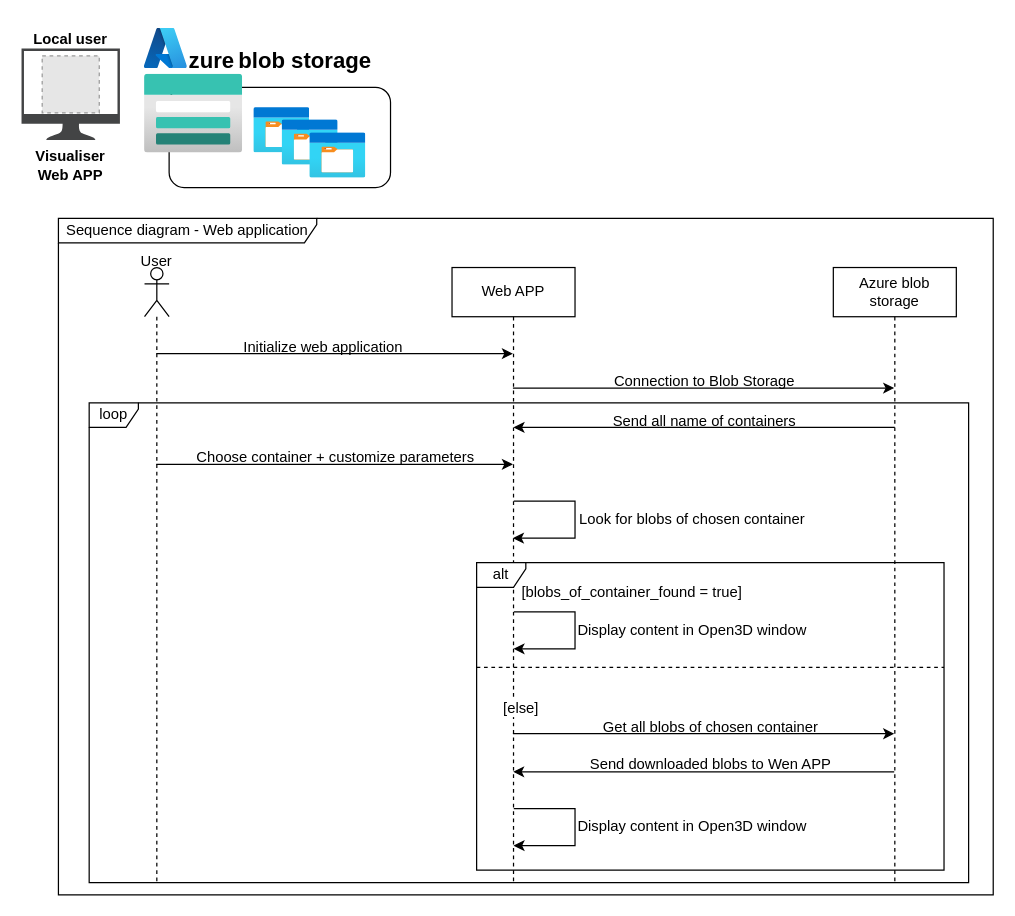
agarux/version3 keeps this draw.io diagram as page "AzureStorage_LocalUser" (3 of 3) of Untitled Diagram.drawio. Above is the earlier version. Source tidied: cells renumbered, new cells numbered last; positions are measured from the earlier drawing's top-left corner, leaving out a move shared by most shapes. Both pictures are drawn from the tidied source at 123%, with x=0, y=0 at pixel (21, 21). Pictures stored in the file or linked from it are replaced by grey dashed boxes.
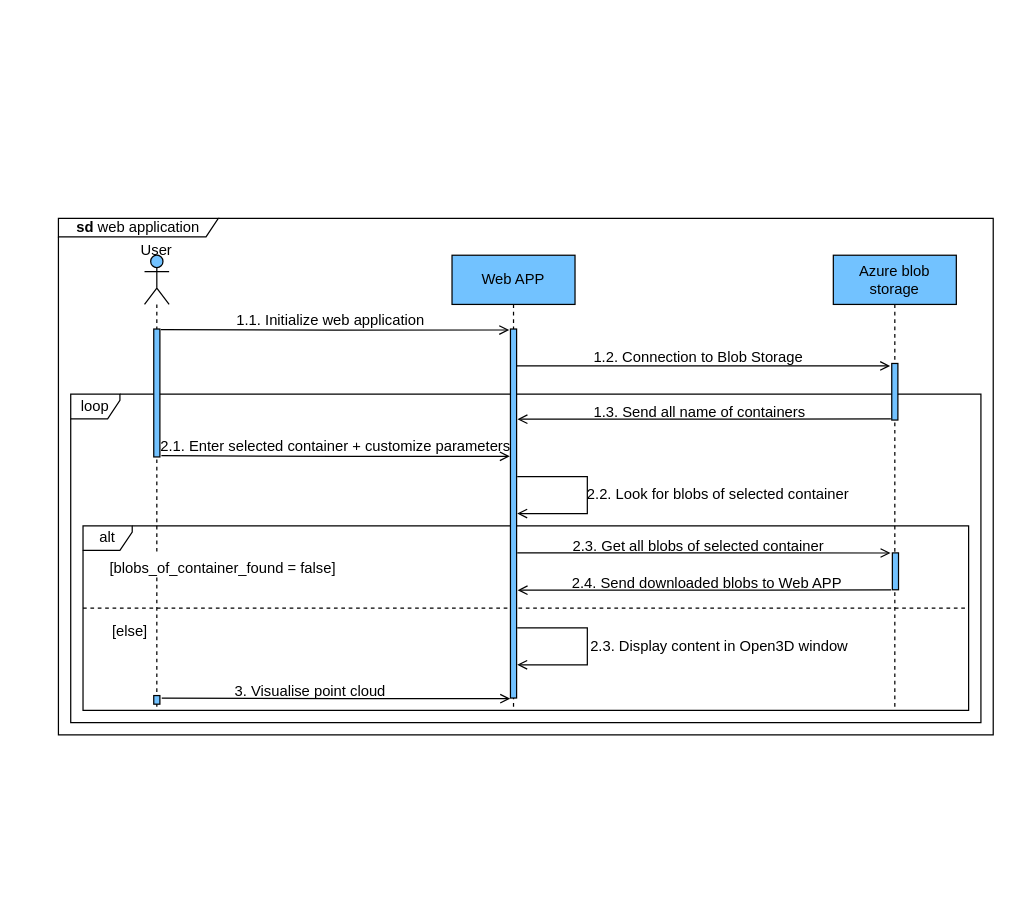
Above is the later version.

The edit, as a diff of the source:
```diff
@@
-    <mxCell id="2" style="group;" parent="1" vertex="1">
-      <mxGeometry x="90" y="10" width="210" height="130" as="geometry" />
-    </mxCell>
-    <mxCell id="3" style="image;html=1;align=center;fontSize=12;image=img/lib/azure2/other/Azure_A.svg;" parent="2" vertex="1">
-      <mxGeometry x="10" y="-4.4" width="34.9" height="32.9" as="geometry" />
-    </mxCell>
-    <mxCell id="4" value="&lt;font style=&quot;font-size: 18px;&quot;&gt;&lt;b&gt;zure&lt;/b&gt;&lt;/font&gt; &lt;b&gt;&lt;font style=&quot;font-size: 18px;&quot;&gt;blob storage&lt;/font&gt;&lt;/b&gt;" style="text;html=1;align=center;verticalAlign=middle;whiteSpace=wrap;rounded=0;" parent="2" vertex="1">
-      <mxGeometry x="22.5" y="7" width="195" height="30" as="geometry" />
-    </mxCell>
-    <mxCell id="5" style="image;html=1;align=center;fontSize=12;image=img/lib/azure2/general/Storage_Container.svg;" parent="2" vertex="1">
-      <mxGeometry x="99" y="60" width="45.5" height="37" as="geometry" />
-    </mxCell>
-    <mxCell id="6" style="image;html=1;align=center;fontSize=12;image=img/lib/azure2/general/Storage_Container.svg;" parent="2" vertex="1">
-      <mxGeometry x="122" y="70" width="45.5" height="37" as="geometry" />
-    </mxCell>
-    <mxCell id="7" style="image;html=1;align=center;fontSize=12;image=img/lib/azure2/general/Storage_Container.svg;" parent="2" vertex="1">
-      <mxGeometry x="144.5" y="80.5" width="45.5" height="37" as="geometry" />
-    </mxCell>
-    <mxCell id="8" style="rounded=1;whiteSpace=wrap;html=1;fillColor=none;" parent="2" vertex="1">
-      <mxGeometry x="30" y="43.5" width="180" height="81.5" as="geometry" />
-    </mxCell>
-    <mxCell id="9" style="image;html=1;align=center;fontSize=12;image=img/lib/azure2/storage/Storage_Accounts.svg;" parent="2" vertex="1">
-      <mxGeometry x="10" y="33" width="80" height="64" as="geometry" />
-    </mxCell>
-    <mxCell id="10" style="group;" parent="1" vertex="1">
-      <mxGeometry width="80" height="132" as="geometry" />
-    </mxCell>
-    <mxCell id="11" style="group;" parent="10" vertex="1">
-      <mxGeometry y="22" width="80" height="80" as="geometry" />
-    </mxCell>
-    <mxCell id="12" style="sketch=0;shadow=0;dashed=0;html=1;strokeColor=none;fillColor=#434445;labelPosition=center;verticalLabelPosition=bottom;verticalAlign=top;align=center;shape=mxgraph.vvd.monitor;" parent="11" vertex="1">
-      <mxGeometry width="80" height="74.4" as="geometry" />
-    </mxCell>
-    <mxCell id="13" style="fillColor=#E6E6E6;strokeColor=#999999;dashed=1;verticalLabelPosition=bottom;labelBackgroundColor=default;verticalAlign=top;" parent="11" vertex="1">
-      <mxGeometry x="16.8" y="5.9" width="46.4" height="46.3" as="geometry" />
-    </mxCell>
-    <mxCell id="14" value="&lt;b&gt;Local user&lt;/b&gt;" style="text;html=1;align=center;verticalAlign=middle;whiteSpace=wrap;rounded=0;" parent="10" vertex="1">
-      <mxGeometry width="80" height="30" as="geometry" />
-    </mxCell>
-    <mxCell id="15" value="&lt;b&gt;Visualiser Web APP&lt;/b&gt;" style="text;html=1;align=center;verticalAlign=middle;whiteSpace=wrap;rounded=0;" parent="10" vertex="1">
-      <mxGeometry y="102" width="80" height="30" as="geometry" />
-    </mxCell>
-    <mxCell id="16" value="Sequence diagram - Web application" style="shape=umlFrame;whiteSpace=wrap;html=1;width=210;height=20;" parent="1" vertex="1">
-      <mxGeometry x="30" y="160" width="760" height="550" as="geometry" />
+    <mxCell id="16" value="&lt;b&gt;sd &lt;/b&gt;web application" style="shape=umlFrame;whiteSpace=wrap;html=1;width=130;height=15;fillColor=none;" parent="1" vertex="1">
+      <mxGeometry x="30" y="160" width="760" height="420" as="geometry" />
     </mxCell>
-    <mxCell id="17" style="edgeStyle=elbowEdgeStyle;rounded=0;orthogonalLoop=1;jettySize=auto;html=1;elbow=vertical;curved=0;" parent="16" edge="1">
-      <mxGeometry relative="1" as="geometry">
-        <mxPoint x="369.5" y="138" as="sourcePoint" />
-        <mxPoint x="679.5" y="138" as="targetPoint" />
-      </mxGeometry>
-    </mxCell>
-    <mxCell id="18" value="Web APP" style="shape=umlLifeline;perimeter=lifelinePerimeter;whiteSpace=wrap;html=1;outlineConnect=0;portConstraint=eastwest;newEdgeStyle={&quot;edgeStyle&quot;:&quot;elbowEdgeStyle&quot;,&quot;elbow&quot;:&quot;vertical&quot;,&quot;curved&quot;:0,&quot;rounded&quot;:0};" parent="16" vertex="1">
-      <mxGeometry x="320" y="40" width="100" height="500" as="geometry" />
+    <mxCell id="18" value="Web APP" style="shape=umlLifeline;perimeter=lifelinePerimeter;whiteSpace=wrap;html=1;outlineConnect=0;portConstraint=eastwest;newEdgeStyle={&quot;edgeStyle&quot;:&quot;elbowEdgeStyle&quot;,&quot;elbow&quot;:&quot;vertical&quot;,&quot;curved&quot;:0,&quot;rounded&quot;:0};fillColor=light-dark(#72C2FF,#000000);" parent="16" vertex="1">
+      <mxGeometry x="320" y="30" width="100" height="370" as="geometry" />
     </mxCell>
-    <mxCell id="19" style="edgeStyle=elbowEdgeStyle;rounded=0;orthogonalLoop=1;jettySize=auto;html=1;elbow=vertical;curved=0;" parent="16" edge="1">
-      <mxGeometry relative="1" as="geometry">
-        <mxPoint x="680" y="170" as="sourcePoint" />
-        <mxPoint x="370" y="170" as="targetPoint" />
-      </mxGeometry>
-    </mxCell>
-    <mxCell id="20" value="Azure blob storage" style="shape=umlLifeline;perimeter=lifelinePerimeter;whiteSpace=wrap;html=1;newEdgeStyle={&quot;edgeStyle&quot;:&quot;elbowEdgeStyle&quot;,&quot;elbow&quot;:&quot;vertical&quot;,&quot;curved&quot;:0,&quot;rounded&quot;:0};" parent="16" vertex="1">
-      <mxGeometry x="630" y="40" width="100" height="500" as="geometry" />
+    <mxCell id="20" value="Azure blob storage" style="shape=umlLifeline;perimeter=lifelinePerimeter;whiteSpace=wrap;html=1;newEdgeStyle={&quot;edgeStyle&quot;:&quot;elbowEdgeStyle&quot;,&quot;elbow&quot;:&quot;vertical&quot;,&quot;curved&quot;:0,&quot;rounded&quot;:0};fillColor=light-dark(#72C2FF,#000000);" parent="16" vertex="1">
+      <mxGeometry x="630" y="30" width="100" height="370" as="geometry" />
     </mxCell>
-    <mxCell id="21" style="edgeStyle=orthogonalEdgeStyle;rounded=0;orthogonalLoop=1;jettySize=auto;html=1;curved=0;" parent="16" edge="1">
-      <mxGeometry relative="1" as="geometry">
-        <mxPoint x="79.5" y="110" as="sourcePoint" />
-        <mxPoint x="369.5" y="110" as="targetPoint" />
-      </mxGeometry>
-    </mxCell>
-    <mxCell id="22" style="edgeStyle=orthogonalEdgeStyle;rounded=0;orthogonalLoop=1;jettySize=auto;html=1;curved=0;" parent="16" edge="1">
-      <mxGeometry relative="1" as="geometry">
-        <mxPoint x="79.5" y="200" as="sourcePoint" />
-        <mxPoint x="369.5" y="200" as="targetPoint" />
-      </mxGeometry>
-    </mxCell>
-    <mxCell id="23" style="shape=umlLifeline;perimeter=lifelinePerimeter;whiteSpace=wrap;html=1;newEdgeStyle={&quot;curved&quot;:0,&quot;rounded&quot;:0};participant=umlActor;" parent="16" vertex="1">
-      <mxGeometry x="70" y="40" width="20" height="500" as="geometry" />
+    <mxCell id="23" style="shape=umlLifeline;perimeter=lifelinePerimeter;whiteSpace=wrap;html=1;newEdgeStyle={&quot;curved&quot;:0,&quot;rounded&quot;:0};participant=umlActor;fillColor=light-dark(#72C2FF,#000000);" parent="16" vertex="1">
+      <mxGeometry x="70" y="30" width="20" height="370" as="geometry" />
     </mxCell>
     <mxCell id="24" value="User" style="text;html=1;align=center;verticalAlign=middle;whiteSpace=wrap;rounded=0;" parent="16" vertex="1">
-      <mxGeometry x="50" y="20" width="60" height="30" as="geometry" />
+      <mxGeometry x="50" y="11" width="60" height="30" as="geometry" />
     </mxCell>
-    <mxCell id="25" value="Initialize web application" style="text;html=1;align=center;verticalAlign=middle;strokeColor=none;fillColor=none;" parent="16" vertex="1">
-      <mxGeometry x="140" y="90" width="150" height="30" as="geometry" />
+    <mxCell id="25" value="1.1. Initialize web application" style="text;html=1;align=center;verticalAlign=middle;strokeColor=none;fillColor=none;" parent="16" vertex="1">
+      <mxGeometry x="131" y="68" width="180" height="30" as="geometry" />
     </mxCell>
-    <mxCell id="26" value="Connection to Blob Storage" style="text;html=1;align=center;verticalAlign=middle;strokeColor=none;fillColor=none;" parent="16" vertex="1">
-      <mxGeometry x="440" y="118" width="170" height="30" as="geometry" />
+    <mxCell id="26" value="1.2. Connection to Blob Storage" style="text;html=1;align=center;verticalAlign=middle;strokeColor=none;fillColor=none;" parent="16" vertex="1">
+      <mxGeometry x="425" y="98" width="190" height="30" as="geometry" />
     </mxCell>
+    <mxCell id="42" value="loop" style="shape=umlFrame;whiteSpace=wrap;html=1;width=40;height=20;" parent="16" vertex="1">
+      <mxGeometry x="10" y="143" width="740" height="267" as="geometry" />
+    </mxCell>
+    <mxCell id="43" style="edgeStyle=orthogonalEdgeStyle;html=1;endArrow=none;elbow=vertical;startArrow=open;startFill=0;strokeColor=#000000;rounded=0;entryX=-0.1;entryY=0.497;entryDx=0;entryDy=0;entryPerimeter=0;exitX=1.167;exitY=0.876;exitDx=0;exitDy=0;exitPerimeter=0;" parent="42" edge="1">
+      <mxGeometry relative="1" as="geometry">
+        <mxPoint x="363.2" y="20.3" as="sourcePoint" />
+        <mxPoint x="666.8" y="20" as="targetPoint" />
+        <Array as="points">
+          <mxPoint x="514.8" y="20.2" />
+        </Array>
+      </mxGeometry>
+    </mxCell>
-    <mxCell id="27" value="Send all name of containers" style="text;html=1;align=center;verticalAlign=middle;strokeColor=none;fillColor=none;" parent="16" vertex="1">
-      <mxGeometry x="440" y="150" width="170" height="30" as="geometry" />
+    <mxCell id="27" value="1.3. Send all name of containers" style="text;html=1;align=center;verticalAlign=middle;strokeColor=none;fillColor=none;" parent="42" vertex="1">
+      <mxGeometry x="411" width="200" height="30" as="geometry" />
     </mxCell>
-    <mxCell id="28" value="Choose container + customize parameters" style="text;html=1;align=center;verticalAlign=middle;strokeColor=none;fillColor=none;" parent="16" vertex="1">
-      <mxGeometry x="100" y="180" width="250" height="30" as="geometry" />
+    <mxCell id="28" value="2.1. Enter selected container + customize parameters" style="text;html=1;align=center;verticalAlign=middle;strokeColor=none;fillColor=none;" parent="42" vertex="1">
+      <mxGeometry x="60" y="28" width="310" height="30" as="geometry" />
     </mxCell>
+    <mxCell id="44" style="edgeStyle=orthogonalEdgeStyle;html=1;endArrow=open;elbow=vertical;startArrow=none;endFill=0;strokeColor=#000000;rounded=0;exitX=1.147;exitY=0.067;exitDx=0;exitDy=0;exitPerimeter=0;entryX=-0.194;entryY=0.073;entryDx=0;entryDy=0;entryPerimeter=0;" parent="42" edge="1">
+      <mxGeometry relative="1" as="geometry">
+        <mxPoint x="73.7" y="50" as="sourcePoint" />
+        <mxPoint x="357" y="50.5" as="targetPoint" />
+      </mxGeometry>
+    </mxCell>
+    <mxCell id="38" value="2.2. Look for blobs of selected container" style="text;html=1;align=center;verticalAlign=middle;strokeColor=none;fillColor=none;" parent="42" vertex="1">
+      <mxGeometry x="406" y="67" width="240" height="30" as="geometry" />
+    </mxCell>
-    <mxCell id="29" value="alt" style="shape=umlFrame;whiteSpace=wrap;html=1;width=40;height=20;" parent="16" vertex="1">
-      <mxGeometry x="340" y="280" width="380" height="250" as="geometry" />
+    <mxCell id="29" value="alt" style="shape=umlFrame;whiteSpace=wrap;html=1;width=40;height=20;" parent="42" vertex="1">
+      <mxGeometry x="10" y="107" width="720" height="150" as="geometry" />
     </mxCell>
-    <mxCell id="30" value="[blobs_of_container_found = true]" style="text;html=1;" parent="29" vertex="1">
+    <mxCell id="30" value="[blobs_of_container_found = false]" style="text;html=1;fillColor=#FFFFFF;" parent="29" vertex="1">
       <mxGeometry width="190" height="20" relative="1" as="geometry">
-        <mxPoint x="35" y="10" as="offset" />
+        <mxPoint x="20" y="21" as="offset" />
       </mxGeometry>
     </mxCell>
+    <mxCell id="34" value="2.3. Get all blobs of selected container" style="text;html=1;align=center;verticalAlign=middle;strokeColor=none;fillColor=none;" parent="29" vertex="1">
+      <mxGeometry x="385" y="2" width="230" height="30" as="geometry" />
+    </mxCell>
+    <mxCell id="45" style="edgeStyle=orthogonalEdgeStyle;html=1;endArrow=open;elbow=vertical;startArrow=none;endFill=0;strokeColor=#000000;rounded=0;entryX=-0.057;entryY=0.001;entryDx=0;entryDy=0;entryPerimeter=0;exitX=1.246;exitY=0.073;exitDx=0;exitDy=0;exitPerimeter=0;" parent="29" edge="1">
+      <mxGeometry relative="1" as="geometry">
+        <mxPoint x="353" y="22" as="sourcePoint" />
+        <mxPoint x="656.5" y="22.1" as="targetPoint" />
+        <Array as="points">
+          <mxPoint x="504.3" y="22.1" />
+        </Array>
+      </mxGeometry>
+    </mxCell>
+    <mxCell id="36" value="2.4. Send downloaded blobs to Web APP" style="text;html=1;align=center;verticalAlign=middle;strokeColor=none;fillColor=none;" parent="29" vertex="1">
+      <mxGeometry x="386.5" y="32" width="240" height="30" as="geometry" />
+    </mxCell>
+    <mxCell id="46" style="html=1;perimeter=orthogonalPerimeter;fillColor=light-dark(#72C2FF,#000000);" parent="29" vertex="1">
+      <mxGeometry x="658" y="22" width="5" height="30" as="geometry" />
+    </mxCell>
+    <mxCell id="47" style="edgeStyle=orthogonalEdgeStyle;html=1;endArrow=none;elbow=vertical;startArrow=open;startFill=0;strokeColor=#000000;rounded=0;entryX=-0.1;entryY=0.497;entryDx=0;entryDy=0;entryPerimeter=0;exitX=1.167;exitY=0.876;exitDx=0;exitDy=0;exitPerimeter=0;" parent="29" edge="1">
+      <mxGeometry relative="1" as="geometry">
+        <mxPoint x="353.3" y="52.3" as="sourcePoint" />
+        <mxPoint x="657" y="52" as="targetPoint" />
+        <Array as="points">
+          <mxPoint x="505" y="52.2" />
+        </Array>
+      </mxGeometry>
+    </mxCell>
-    <mxCell id="31" value="[else]" style="line;strokeWidth=1;dashed=1;labelPosition=center;verticalLabelPosition=bottom;align=left;verticalAlign=top;spacingLeft=20;spacingTop=15;html=1;whiteSpace=wrap;" parent="29" vertex="1">
-      <mxGeometry y="80" width="380" height="10" as="geometry" />
+    <mxCell id="31" style="line;strokeWidth=1;dashed=1;labelPosition=center;verticalLabelPosition=bottom;align=left;verticalAlign=top;spacingLeft=20;spacingTop=15;html=1;whiteSpace=wrap;fillColor=light-dark(#FFFFFF,#FFFFFF);" parent="29" vertex="1">
+      <mxGeometry y="62" width="720" height="10" as="geometry" />
     </mxCell>
-    <mxCell id="32" style="endArrow=classic;html=1;rounded=0;" parent="29" edge="1">
-      <mxGeometry relative="1" as="geometry">
-        <mxPoint x="30.2" y="40" as="sourcePoint" />
-        <mxPoint x="30" y="70" as="targetPoint" />
-        <Array as="points">
-          <mxPoint x="80" y="40" />
-          <mxPoint x="80" y="70" />
-        </Array>
-      </mxGeometry>
-    </mxCell>
-    <mxCell id="33" value="Display content in Open3D window" style="text;html=1;align=center;verticalAlign=middle;strokeColor=none;fillColor=none;" parent="29" vertex="1">
-      <mxGeometry x="70" y="40" width="210" height="30" as="geometry" />
-    </mxCell>
-    <mxCell id="34" value="Get all blobs of chosen container" style="text;html=1;align=center;verticalAlign=middle;strokeColor=none;fillColor=none;" parent="29" vertex="1">
-      <mxGeometry x="90" y="119" width="200" height="30" as="geometry" />
-    </mxCell>
-    <mxCell id="35" style="endArrow=classic;html=1;rounded=0;" parent="29" edge="1">
-      <mxGeometry relative="1" as="geometry">
-        <mxPoint x="339.5" y="170" as="sourcePoint" />
-        <mxPoint x="29.7" y="170" as="targetPoint" />
-      </mxGeometry>
-    </mxCell>
-    <mxCell id="36" value="Send downloaded blobs to Wen APP" style="text;html=1;align=center;verticalAlign=middle;strokeColor=none;fillColor=none;" parent="29" vertex="1">
-      <mxGeometry x="80" y="149" width="220" height="30" as="geometry" />
-    </mxCell>
-    <mxCell id="37" style="endArrow=classic;html=1;rounded=0;" parent="16" edge="1" target="18">
-      <mxGeometry relative="1" as="geometry">
-        <mxPoint x="370.2" y="230" as="sourcePoint" />
-        <Array as="points">
-          <mxPoint x="420" y="230" />
-          <mxPoint x="420" y="260" />
-        </Array>
-      </mxGeometry>
-    </mxCell>
-    <mxCell id="38" value="Look for blobs of chosen container" style="text;html=1;align=center;verticalAlign=middle;strokeColor=none;fillColor=none;" parent="16" vertex="1">
-      <mxGeometry x="410" y="230" width="210" height="30" as="geometry" />
-    </mxCell>
-    <mxCell id="39" style="endArrow=classic;html=1;rounded=0;" parent="16" edge="1">
-      <mxGeometry relative="1" as="geometry">
-        <mxPoint x="369.5" y="419" as="sourcePoint" />
-        <mxPoint x="679.5" y="419" as="targetPoint" />
-      </mxGeometry>
-    </mxCell>
+    <mxCell id="48" style="edgeStyle=orthogonalEdgeStyle;html=1;endArrow=none;elbow=vertical;startArrow=open;startFill=0;strokeColor=#000000;rounded=0;" parent="29" edge="1">
+      <mxGeometry relative="1" as="geometry">
+        <mxPoint x="353" y="113" as="sourcePoint" />
+        <mxPoint x="353" y="83" as="targetPoint" />
+        <Array as="points">
+          <mxPoint x="410" y="113" />
+          <mxPoint x="410" y="83" />
+        </Array>
+      </mxGeometry>
+    </mxCell>
-    <mxCell id="40" value="Display content in Open3D window" style="text;html=1;align=center;verticalAlign=middle;strokeColor=none;fillColor=none;" parent="16" vertex="1">
-      <mxGeometry x="410" y="480" width="210" height="30" as="geometry" />
+    <mxCell id="40" value="2.3. Display content in Open3D window" style="text;html=1;align=center;verticalAlign=middle;strokeColor=none;fillColor=none;" parent="29" vertex="1">
+      <mxGeometry x="401.5" y="83" width="230" height="30" as="geometry" />
     </mxCell>
-    <mxCell id="41" style="endArrow=classic;html=1;rounded=0;" parent="16" edge="1">
-      <mxGeometry relative="1" as="geometry">
-        <mxPoint x="370.2" y="480" as="sourcePoint" />
-        <mxPoint x="370" y="510" as="targetPoint" />
-        <Array as="points">
-          <mxPoint x="420" y="480" />
-          <mxPoint x="420" y="510" />
-        </Array>
-      </mxGeometry>
-    </mxCell>
-    <mxCell id="42" value="loop" style="shape=umlFrame;whiteSpace=wrap;html=1;width=40;height=20;" parent="16" vertex="1">
-      <mxGeometry x="25" y="150" width="715" height="390" as="geometry" />
-    </mxCell>
+    <mxCell id="49" style="edgeStyle=orthogonalEdgeStyle;html=1;endArrow=open;elbow=vertical;startArrow=none;endFill=0;strokeColor=#000000;rounded=0;exitX=1.147;exitY=0.067;exitDx=0;exitDy=0;exitPerimeter=0;entryX=-0.194;entryY=0.073;entryDx=0;entryDy=0;entryPerimeter=0;" parent="29" edge="1">
+      <mxGeometry relative="1" as="geometry">
+        <mxPoint x="64" y="140" as="sourcePoint" />
+        <mxPoint x="347.3" y="140.5" as="targetPoint" />
+      </mxGeometry>
+    </mxCell>
+    <mxCell id="50" value="3. Visualise point cloud" style="text;html=1;align=center;verticalAlign=middle;whiteSpace=wrap;rounded=0;" parent="29" vertex="1">
+      <mxGeometry x="110" y="120" width="150" height="30" as="geometry" />
+    </mxCell>
+    <mxCell id="51" value="[else]" style="text;whiteSpace=wrap;html=1;" parent="29" vertex="1">
+      <mxGeometry x="22" y="72" width="40" height="22" as="geometry" />
+    </mxCell>
+    <mxCell id="52" style="html=1;perimeter=orthogonalPerimeter;fillColor=light-dark(#72C2FF,#000000);" parent="16" vertex="1">
+      <mxGeometry x="77.5" y="90" width="5" height="104" as="geometry" />
+    </mxCell>
+    <mxCell id="53" style="html=1;perimeter=orthogonalPerimeter;fillColor=light-dark(#72C2FF,#000000);" parent="16" vertex="1">
+      <mxGeometry x="367.5" y="90" width="5" height="300" as="geometry" />
+    </mxCell>
+    <mxCell id="54" style="edgeStyle=orthogonalEdgeStyle;html=1;endArrow=open;elbow=vertical;startArrow=none;endFill=0;strokeColor=#000000;rounded=0;exitX=1.147;exitY=0.067;exitDx=0;exitDy=0;exitPerimeter=0;entryX=-0.194;entryY=0.073;entryDx=0;entryDy=0;entryPerimeter=0;" parent="16" edge="1">
+      <mxGeometry relative="1" as="geometry">
+        <mxPoint x="83.2" y="90.4" as="sourcePoint" />
+        <mxPoint x="366.5" y="90.8" as="targetPoint" />
+      </mxGeometry>
+    </mxCell>
+    <mxCell id="55" style="html=1;perimeter=orthogonalPerimeter;fillColor=light-dark(#72C2FF,#000000);" parent="16" vertex="1">
+      <mxGeometry x="677.5" y="118" width="5" height="46" as="geometry" />
+    </mxCell>
+    <mxCell id="56" style="edgeStyle=orthogonalEdgeStyle;html=1;endArrow=open;elbow=vertical;startArrow=none;endFill=0;strokeColor=#000000;rounded=0;entryX=-0.057;entryY=0.001;entryDx=0;entryDy=0;entryPerimeter=0;exitX=1.246;exitY=0.073;exitDx=0;exitDy=0;exitPerimeter=0;" parent="16" edge="1">
+      <mxGeometry relative="1" as="geometry">
+        <mxPoint x="372.7" y="119.9" as="sourcePoint" />
+        <mxPoint x="676.2" y="120" as="targetPoint" />
+        <Array as="points">
+          <mxPoint x="524" y="120" />
+        </Array>
+      </mxGeometry>
+    </mxCell>
+    <mxCell id="57" style="edgeStyle=orthogonalEdgeStyle;html=1;endArrow=none;elbow=vertical;startArrow=open;startFill=0;strokeColor=#000000;rounded=0;" parent="16" edge="1">
+      <mxGeometry relative="1" as="geometry">
+        <mxPoint x="373" y="240" as="sourcePoint" />
+        <mxPoint x="373" y="210" as="targetPoint" />
+        <Array as="points">
+          <mxPoint x="430" y="240" />
+          <mxPoint x="430" y="210" />
+        </Array>
+      </mxGeometry>
+    </mxCell>
+    <mxCell id="58" style="html=1;perimeter=orthogonalPerimeter;fillColor=light-dark(#72C2FF,#000000);" parent="16" vertex="1">
+      <mxGeometry x="77.5" y="388" width="5" height="7" as="geometry" />
+    </mxCell>
```
